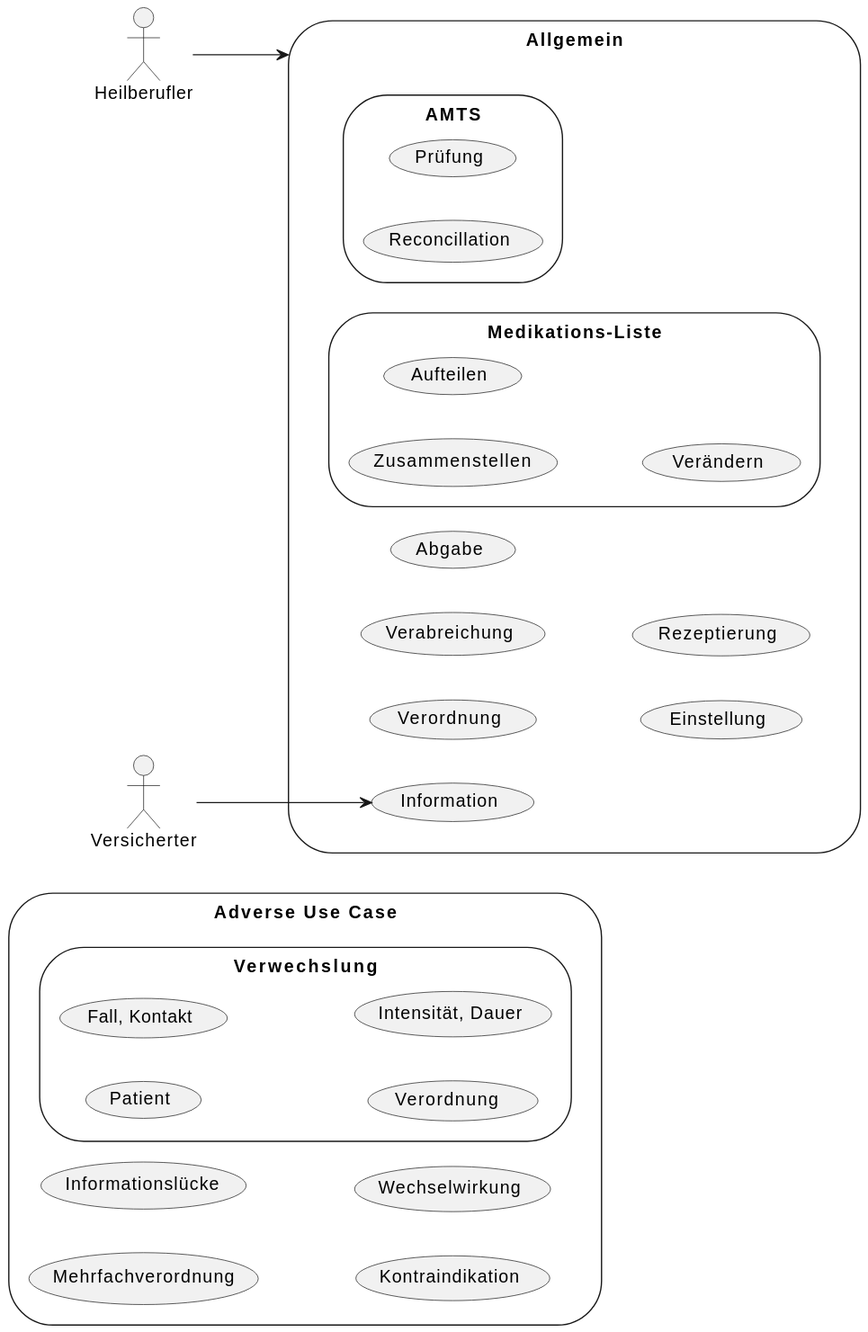
Before: Material/images/diagrams/usecases.svg, a diagram exported from PlantUML (gematik/spec-ISiK-Labor). Source of this version:
```plantuml
@startuml
left to right direction

actor :Heilberufler:
actor :Versicherter:
storage adverseUC as "Adverse Use Case" {
    storage (Verwechslung){
        (Patient)
        (Fall, Kontakt)
        (Verordnung )
        (Intensität, Dauer)
    }
    (Mehrfachverordnung)
    (Informationslücke)
    (Kontraindikation)
    (Wechselwirkung)
}

storage gnrlUC as "Allgemein" {
    (Information)
    (Verordnung)
    (Verabreichung)
    (Abgabe)
    (Einstellung)
    (Rezeptierung)
    storage (AMTS){
        (Prüfung)
        (Reconcillation)
    }
    storage (Medikations-Liste){
        (Zusammenstellen)
        (Aufteilen)
        (Verändern)
    }
}

Heilberufler --> gnrlUC
Versicherter --> Information

@enduml
```
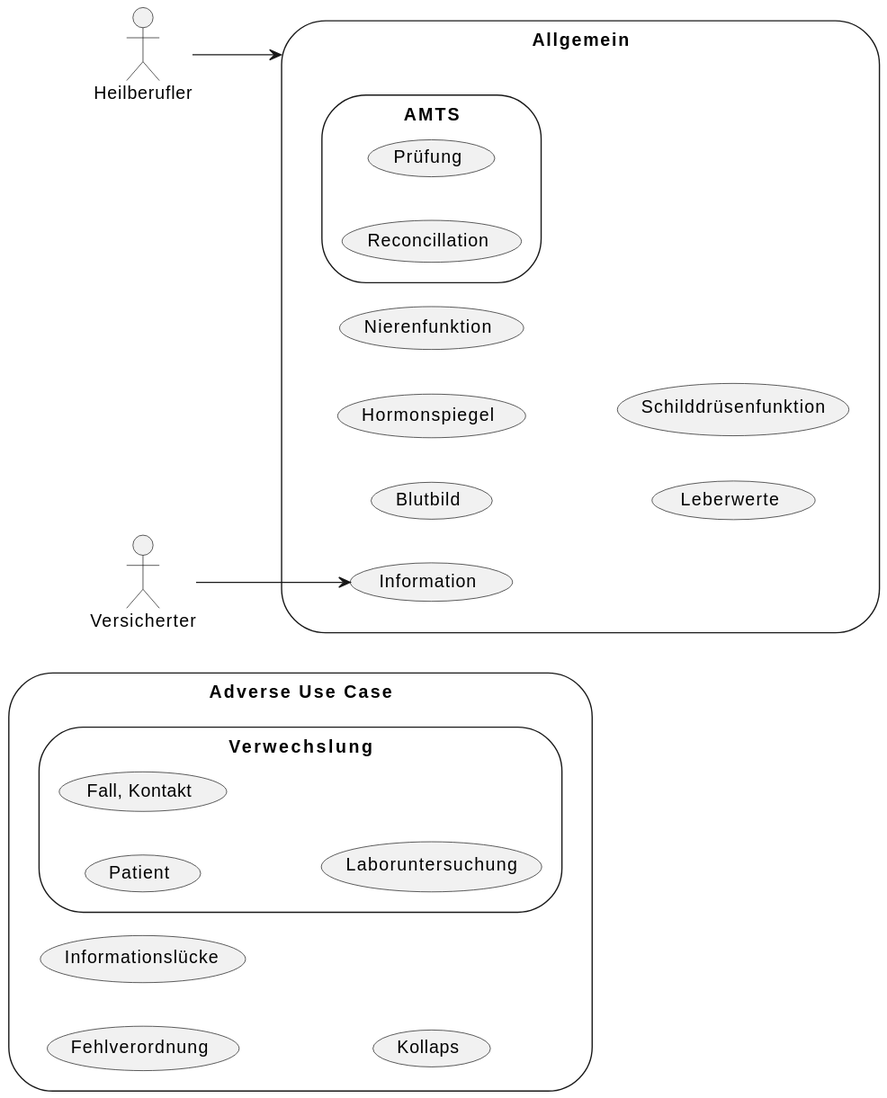
The same diagram one commit later.

The edit, as a diff of the source:
```diff
@@ -7,30 +7,24 @@
     storage (Verwechslung){
         (Patient)
         (Fall, Kontakt)
-        (Verordnung )
-        (Intensität, Dauer)
+        (Laboruntersuchung)
     }
-    (Mehrfachverordnung)
+    (Fehlverordnung)
     (Informationslücke)
-    (Kontraindikation)
-    (Wechselwirkung)
+    (Kollaps)
 }
 
 storage gnrlUC as "Allgemein" {
     (Information)
-    (Verordnung)
-    (Verabreichung)
-    (Abgabe)
-    (Einstellung)
-    (Rezeptierung)
+    (Laboruntersuchung)
+    (Blutbild)
+    (Hormonspiegel)
+    (Nierenfunktion)
+    (Leberwerte)
+    (Schilddrüsenfunktion)
     storage (AMTS){
         (Prüfung)
         (Reconcillation)
-    }
-    storage (Medikations-Liste){
-        (Zusammenstellen)
-        (Aufteilen)
-        (Verändern)
     }
 }
 
```
